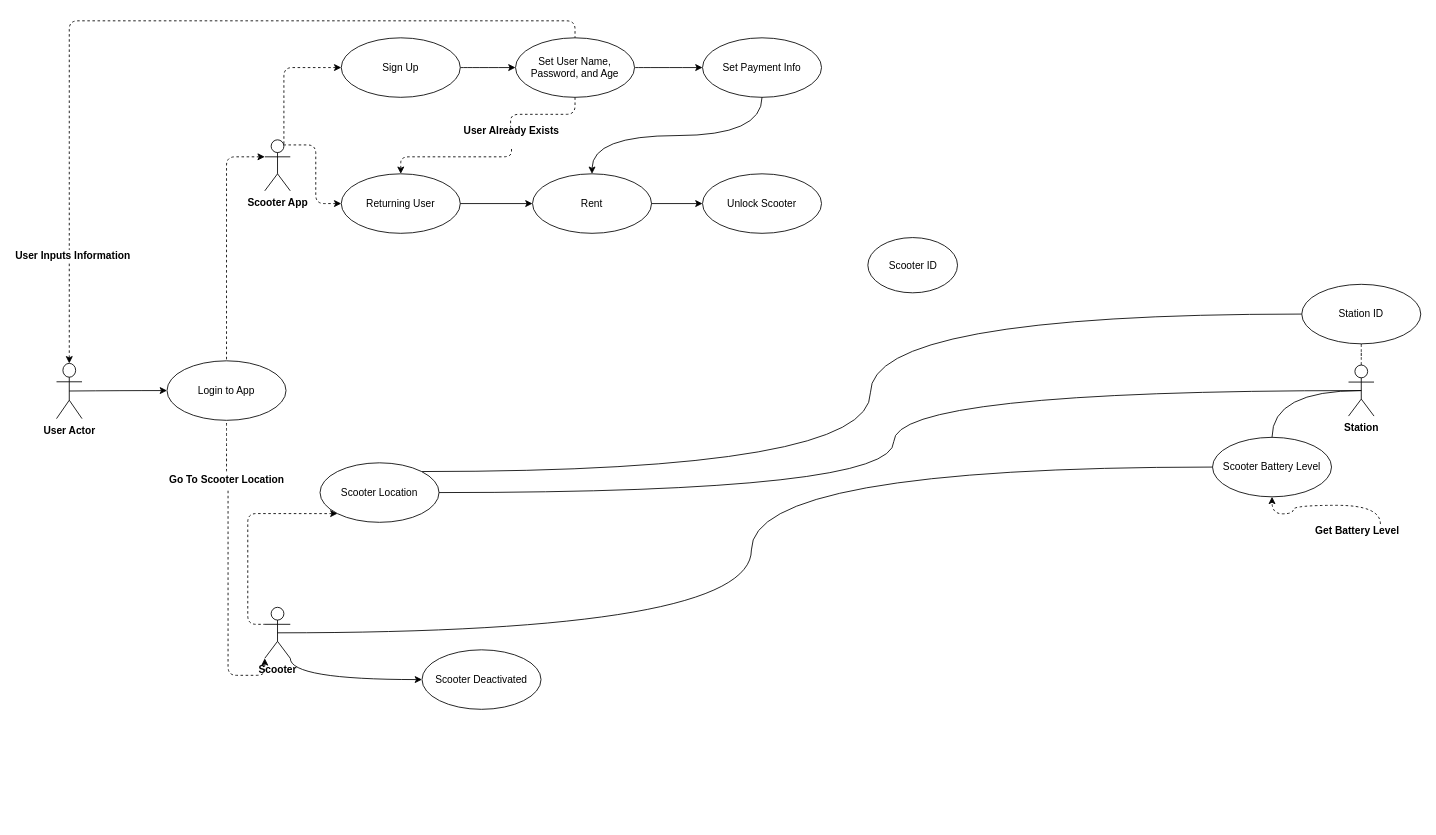
Before: Scooter Use Case Diagram.drawio in GreyWoulf/Scooter-Project, a draw.io diagram. Source tidied: cells renumbered, new cells numbered last; positions are measured from the earlier drawing's top-left corner, leaving out a move shared by most shapes. Both pictures are drawn from the tidied source at 85%, with x=0, y=0 at pixel (56, 37).
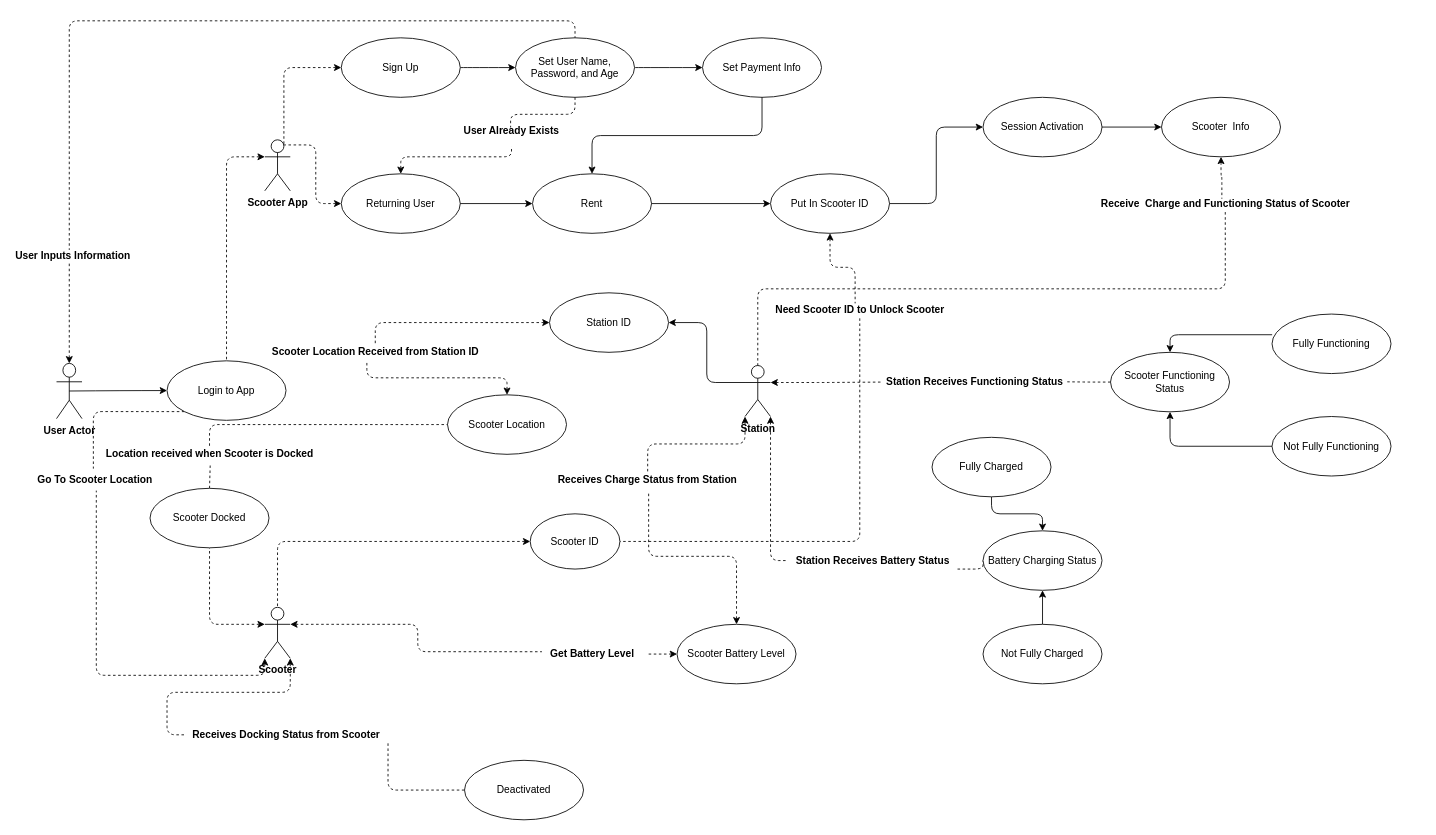
Above is the later version.

The change refers to these unchanged cells:
```xml
<mxCell id="9" value="&lt;b&gt;Scooter&lt;/b&gt;" style="shape=umlActor;verticalLabelPosition=bottom;verticalAlign=top;html=1;" parent="1" vertex="1">
  <mxGeometry x="245" y="670" width="30" height="60" as="geometry" />
</mxCell>
<mxCell id="26" value="Login to App" style="ellipse;whiteSpace=wrap;html=1;" parent="1" vertex="1">
  <mxGeometry x="130" y="380" width="140" height="70" as="geometry" />
</mxCell>
<mxCell id="31" value="Set Payment Info" style="ellipse;whiteSpace=wrap;html=1;fontSize=12;" parent="1" vertex="1">
  <mxGeometry x="760" width="140" height="70" as="geometry" />
</mxCell>
<mxCell id="40" value="Rent" style="ellipse;whiteSpace=wrap;html=1;fontSize=12;" parent="1" vertex="1">
  <mxGeometry x="560" y="160" width="140" height="70" as="geometry" />
</mxCell>
```

Change to the diagram source:
```diff
@@
-    <mxCell id="5" style="edgeStyle=orthogonalEdgeStyle;jettySize=auto;html=1;exitX=1;exitY=1;exitDx=0;exitDy=0;exitPerimeter=0;curved=1;" parent="1" edge="1" source="9" target="18">
-      <mxGeometry relative="1" as="geometry" />
-    </mxCell>
-    <mxCell id="6" style="edgeStyle=orthogonalEdgeStyle;curved=1;jettySize=auto;html=1;exitX=0.5;exitY=0.5;exitDx=0;exitDy=0;exitPerimeter=0;entryX=0;entryY=0.5;entryDx=0;entryDy=0;fontSize=12;endArrow=none;endFill=0;strokeColor=default;" parent="1" edge="1" source="9" target="17">
-      <mxGeometry relative="1" as="geometry" />
-    </mxCell>
-    <mxCell id="7" style="edgeStyle=orthogonalEdgeStyle;curved=1;jettySize=auto;html=1;exitX=0.5;exitY=0;exitDx=0;exitDy=0;exitPerimeter=0;fontSize=12;startArrow=none;startFill=1;endArrow=none;endFill=0;strokeColor=default;dashed=1;" parent="1" edge="1" source="44" target="26">
-      <mxGeometry relative="1" as="geometry" />
-    </mxCell>
@@
+    <mxCell id="45" style="edgeStyle=orthogonalEdgeStyle;rounded=1;jettySize=auto;html=1;exitX=1;exitY=0.3333333333333333;exitDx=0;exitDy=0;exitPerimeter=0;entryX=-0.036;entryY=0.362;entryDx=0;entryDy=0;entryPerimeter=0;dashed=1;fontSize=12;startArrow=classic;startFill=1;endArrow=none;endFill=0;strokeColor=default;" parent="1" edge="1" source="9" target="27">
+      <mxGeometry relative="1" as="geometry" />
+    </mxCell>
+    <mxCell id="46" style="edgeStyle=orthogonalEdgeStyle;rounded=1;jettySize=auto;html=1;exitX=0;exitY=0.3333333333333333;exitDx=0;exitDy=0;exitPerimeter=0;entryX=0.5;entryY=1;entryDx=0;entryDy=0;dashed=1;fontSize=12;startArrow=classic;startFill=1;endArrow=none;endFill=0;strokeColor=default;" parent="1" edge="1" source="9" target="75">
+      <mxGeometry relative="1" as="geometry" />
+    </mxCell>
+    <mxCell id="47" style="edgeStyle=orthogonalEdgeStyle;rounded=1;jettySize=auto;html=1;exitX=1;exitY=1;exitDx=0;exitDy=0;exitPerimeter=0;entryX=0;entryY=0.5;entryDx=0;entryDy=0;dashed=1;fontSize=12;startArrow=none;startFill=1;endArrow=none;endFill=0;strokeColor=default;" parent="1" edge="1" source="82" target="62">
+      <mxGeometry relative="1" as="geometry" />
+    </mxCell>
@@
-    <mxCell id="10" style="edgeStyle=orthogonalEdgeStyle;curved=1;jettySize=auto;html=1;exitX=0.75;exitY=0.1;exitDx=0;exitDy=0;exitPerimeter=0;entryX=0.5;entryY=1;entryDx=0;entryDy=0;fontSize=12;dashed=1;startArrow=none;" parent="1" edge="1" source="27" target="17">
-      <mxGeometry relative="1" as="geometry" />
-    </mxCell>
@@
+    <mxCell id="48" style="edgeStyle=orthogonalEdgeStyle;rounded=1;jettySize=auto;html=1;exitX=0;exitY=0.5;exitDx=0;exitDy=0;entryX=1.083;entryY=0.485;entryDx=0;entryDy=0;entryPerimeter=0;dashed=1;fontSize=12;startArrow=classic;startFill=1;endArrow=none;endFill=0;strokeColor=default;" parent="1" edge="1" source="17" target="27">
+      <mxGeometry relative="1" as="geometry" />
+    </mxCell>
+    <mxCell id="49" style="edgeStyle=orthogonalEdgeStyle;rounded=1;jettySize=auto;html=1;exitX=0.5;exitY=0;exitDx=0;exitDy=0;entryX=0.507;entryY=1.196;entryDx=0;entryDy=0;entryPerimeter=0;dashed=1;fontSize=12;startArrow=classic;startFill=1;endArrow=none;endFill=0;strokeColor=default;" parent="1" edge="1" source="17" target="60">
+      <mxGeometry relative="1" as="geometry" />
+    </mxCell>
     <mxCell id="17" value="Scooter Battery Level" style="ellipse;whiteSpace=wrap;html=1;" parent="1" vertex="1">
-      <mxGeometry x="1360" y="470" width="140" height="70" as="geometry" />
+      <mxGeometry x="730" y="690" width="140" height="70" as="geometry" />
     </mxCell>
-    <mxCell id="18" value="Scooter Deactivated" style="ellipse;whiteSpace=wrap;html=1;" parent="1" vertex="1">
-      <mxGeometry x="430" y="720" width="140" height="70" as="geometry" />
-    </mxCell>
-    <mxCell id="19" style="edgeStyle=orthogonalEdgeStyle;jettySize=auto;html=1;exitX=1;exitY=0;exitDx=0;exitDy=0;entryX=0;entryY=0.5;entryDx=0;entryDy=0;fontSize=12;endArrow=none;endFill=0;strokeColor=default;curved=1;" parent="1" edge="1" source="21" target="37">
-      <mxGeometry relative="1" as="geometry" />
-    </mxCell>
-    <mxCell id="20" style="edgeStyle=orthogonalEdgeStyle;rounded=1;jettySize=auto;html=1;exitX=0;exitY=1;exitDx=0;exitDy=0;entryX=0;entryY=0.3333333333333333;entryDx=0;entryDy=0;entryPerimeter=0;dashed=1;fontSize=12;startArrow=classic;startFill=1;endArrow=none;endFill=0;strokeColor=default;" parent="1" edge="1" source="21" target="9">
-      <mxGeometry relative="1" as="geometry" />
-    </mxCell>
+    <mxCell id="50" style="edgeStyle=orthogonalEdgeStyle;rounded=1;jettySize=auto;html=1;exitX=0.5;exitY=0;exitDx=0;exitDy=0;entryX=0.462;entryY=0.996;entryDx=0;entryDy=0;entryPerimeter=0;dashed=1;fontSize=12;startArrow=classic;startFill=1;endArrow=none;endFill=0;strokeColor=default;" parent="1" edge="1" source="21" target="58">
+      <mxGeometry relative="1" as="geometry" />
+    </mxCell>
     <mxCell id="21" value="Scooter Location" style="ellipse;whiteSpace=wrap;html=1;" parent="1" vertex="1">
-      <mxGeometry x="310" y="500" width="140" height="70" as="geometry" />
+      <mxGeometry x="460" y="420" width="140" height="70" as="geometry" />
     </mxCell>
@@
+    <mxCell id="51" style="edgeStyle=orthogonalEdgeStyle;rounded=1;jettySize=auto;html=1;exitX=0;exitY=1;exitDx=0;exitDy=0;entryX=0.489;entryY=-0.158;entryDx=0;entryDy=0;entryPerimeter=0;fontSize=12;startArrow=none;startFill=0;endArrow=none;endFill=0;strokeColor=default;dashed=1;" parent="1" edge="1" source="26" target="44">
+      <mxGeometry relative="1" as="geometry" />
+    </mxCell>
@@
-    <mxCell id="27" value="&lt;b&gt;Get Battery Level&lt;/b&gt;" style="text;html=1;align=center;verticalAlign=middle;points=[];strokeColor=none;fillColor=none;fontSize=12;" parent="1" vertex="1">
-      <mxGeometry x="1475" y="570" width="110" height="20" as="geometry" />
-    </mxCell>
@@
-    <mxCell id="33" style="edgeStyle=orthogonalEdgeStyle;curved=1;jettySize=auto;html=1;exitX=0.5;exitY=0.5;exitDx=0;exitDy=0;exitPerimeter=0;entryX=1;entryY=0.5;entryDx=0;entryDy=0;fontSize=12;endArrow=none;endFill=0;strokeColor=default;" parent="1" edge="1" source="36" target="21">
-      <mxGeometry relative="1" as="geometry" />
-    </mxCell>
-    <mxCell id="34" style="edgeStyle=orthogonalEdgeStyle;curved=1;jettySize=auto;html=1;exitX=0.5;exitY=0.5;exitDx=0;exitDy=0;exitPerimeter=0;entryX=0.5;entryY=0;entryDx=0;entryDy=0;fontSize=12;endArrow=none;endFill=0;strokeColor=default;" parent="1" edge="1" source="36" target="17">
-      <mxGeometry relative="1" as="geometry" />
-    </mxCell>
-    <mxCell id="35" style="edgeStyle=orthogonalEdgeStyle;curved=1;jettySize=auto;html=1;exitX=0.5;exitY=0;exitDx=0;exitDy=0;exitPerimeter=0;dashed=1;fontSize=12;endArrow=none;endFill=0;strokeColor=default;" parent="1" edge="1" source="36" target="37">
-      <mxGeometry relative="1" as="geometry" />
-    </mxCell>
+    <mxCell id="52" style="edgeStyle=orthogonalEdgeStyle;rounded=1;jettySize=auto;html=1;exitX=0;exitY=1;exitDx=0;exitDy=0;exitPerimeter=0;entryX=0.502;entryY=0.158;entryDx=0;entryDy=0;entryPerimeter=0;dashed=1;fontSize=12;startArrow=classic;startFill=1;endArrow=none;endFill=0;strokeColor=default;" parent="1" edge="1" source="36" target="60">
+      <mxGeometry relative="1" as="geometry" />
+    </mxCell>
+    <mxCell id="53" style="edgeStyle=orthogonalEdgeStyle;rounded=1;jettySize=auto;html=1;exitX=1;exitY=1;exitDx=0;exitDy=0;exitPerimeter=0;entryX=0;entryY=0.5;entryDx=0;entryDy=0;fontSize=12;startArrow=none;startFill=1;endArrow=none;endFill=0;strokeColor=default;dashed=1;" parent="1" edge="1" source="80" target="65">
+      <mxGeometry relative="1" as="geometry" />
+    </mxCell>
     <mxCell id="36" value="&lt;b&gt;Station&lt;/b&gt;" style="shape=umlActor;verticalLabelPosition=bottom;verticalAlign=top;html=1;fontSize=12;" parent="1" vertex="1">
-      <mxGeometry x="1520" y="385" width="30" height="60" as="geometry" />
+      <mxGeometry x="810" y="385.5" width="30" height="60" as="geometry" />
     </mxCell>
+    <mxCell id="54" style="edgeStyle=orthogonalEdgeStyle;rounded=1;jettySize=auto;html=1;exitX=1;exitY=0.5;exitDx=0;exitDy=0;entryX=0;entryY=0.3333333333333333;entryDx=0;entryDy=0;entryPerimeter=0;fontSize=12;startArrow=classic;startFill=1;endArrow=none;endFill=0;strokeColor=default;" parent="1" edge="1" source="37" target="36">
+      <mxGeometry relative="1" as="geometry" />
+    </mxCell>
     <mxCell id="37" value="Station ID" style="ellipse;whiteSpace=wrap;html=1;fontSize=12;" parent="1" vertex="1">
-      <mxGeometry x="1465" y="290" width="140" height="70" as="geometry" />
+      <mxGeometry x="580" y="300" width="140" height="70" as="geometry" />
     </mxCell>
-    <mxCell id="38" style="edgeStyle=orthogonalEdgeStyle;jettySize=auto;html=1;exitX=0.5;exitY=0;exitDx=0;exitDy=0;entryX=0.5;entryY=1;entryDx=0;entryDy=0;fontSize=12;startArrow=classic;startFill=1;endArrow=none;endFill=0;strokeColor=default;curved=1;" parent="1" edge="1" source="40" target="31">
+    <mxCell id="38" style="edgeStyle=orthogonalEdgeStyle;jettySize=auto;html=1;exitX=0.5;exitY=0;exitDx=0;exitDy=0;entryX=0.5;entryY=1;entryDx=0;entryDy=0;fontSize=12;startArrow=classic;startFill=1;endArrow=none;endFill=0;strokeColor=default;rounded=1;" parent="1" edge="1" source="40" target="31">
       <mxGeometry relative="1" as="geometry" />
     </mxCell>
@@
+    <mxCell id="55" style="edgeStyle=orthogonalEdgeStyle;rounded=1;jettySize=auto;html=1;exitX=0.5;exitY=1;exitDx=0;exitDy=0;entryX=1;entryY=0.5;entryDx=0;entryDy=0;dashed=1;fontSize=12;startArrow=none;startFill=1;endArrow=none;endFill=0;strokeColor=default;" parent="1" edge="1" source="61" target="43">
+      <mxGeometry relative="1" as="geometry" />
+    </mxCell>
+    <mxCell id="56" style="edgeStyle=orthogonalEdgeStyle;rounded=1;jettySize=auto;html=1;exitX=0.5;exitY=1;exitDx=0;exitDy=0;entryX=0.474;entryY=0.119;entryDx=0;entryDy=0;entryPerimeter=0;dashed=1;fontSize=12;startArrow=classic;startFill=1;endArrow=none;endFill=0;strokeColor=default;" parent="1" edge="1" source="42" target="61">
+      <mxGeometry relative="1" as="geometry" />
+    </mxCell>
-    <mxCell id="42" value="Unlock Scooter" style="ellipse;whiteSpace=wrap;html=1;fontSize=12;" parent="1" vertex="1">
-      <mxGeometry x="760" y="160" width="140" height="70" as="geometry" />
+    <mxCell id="42" value="Put In Scooter ID" style="ellipse;whiteSpace=wrap;html=1;fontSize=12;" parent="1" vertex="1">
+      <mxGeometry x="840" y="160" width="140" height="70" as="geometry" />
     </mxCell>
+    <mxCell id="57" style="edgeStyle=orthogonalEdgeStyle;rounded=1;jettySize=auto;html=1;exitX=0;exitY=0.5;exitDx=0;exitDy=0;entryX=0.5;entryY=0;entryDx=0;entryDy=0;entryPerimeter=0;dashed=1;fontSize=12;startArrow=classic;startFill=1;endArrow=none;endFill=0;strokeColor=default;" parent="1" edge="1" source="43" target="9">
+      <mxGeometry relative="1" as="geometry" />
+    </mxCell>
     <mxCell id="43" value="Scooter ID" style="ellipse;whiteSpace=wrap;html=1;fontSize=12;" parent="1" vertex="1">
-      <mxGeometry x="954.5" y="235" width="105.5" height="65" as="geometry" />
+      <mxGeometry x="557.3" y="560" width="105.5" height="65" as="geometry" />
     </mxCell>
     <mxCell id="44" value="&lt;b&gt;Go To Scooter Location&lt;/b&gt;" style="text;html=1;align=center;verticalAlign=middle;points=[];strokeColor=none;fillColor=none;fontSize=12;" parent="1" vertex="1">
-      <mxGeometry x="125" y="510" width="150" height="20" as="geometry" />
+      <mxGeometry x="-30" y="510" width="150" height="20" as="geometry" />
     </mxCell>
+    <mxCell id="58" value="&lt;b&gt;Scooter Location Received from Station ID&lt;/b&gt;" style="text;html=1;align=center;verticalAlign=middle;points=[];strokeColor=none;fillColor=none;fontSize=12;" parent="1" vertex="1">
+      <mxGeometry x="245" y="360" width="260" height="20" as="geometry" />
+    </mxCell>
+    <mxCell id="59" style="edgeStyle=orthogonalEdgeStyle;rounded=1;jettySize=auto;html=1;exitX=0;exitY=0.5;exitDx=0;exitDy=0;entryX=0.5;entryY=0;entryDx=0;entryDy=0;dashed=1;fontSize=12;startArrow=classic;startFill=1;endArrow=none;endFill=0;strokeColor=default;" parent="1" edge="1" source="37" target="58">
+      <mxGeometry relative="1" as="geometry" />
+    </mxCell>
+    <mxCell id="27" value="&lt;b&gt;Get Battery Level&lt;/b&gt;" style="text;html=1;align=center;verticalAlign=middle;points=[];strokeColor=none;fillColor=none;fontSize=12;" parent="1" vertex="1">
+      <mxGeometry x="575" y="715" width="110" height="20" as="geometry" />
+    </mxCell>
+    <mxCell id="60" value="&lt;b&gt;Receives Charge Status from Station&lt;/b&gt;" style="text;html=1;align=center;verticalAlign=middle;points=[];strokeColor=none;fillColor=none;fontSize=12;" parent="1" vertex="1">
+      <mxGeometry x="580" y="510" width="230" height="20" as="geometry" />
+    </mxCell>
+    <mxCell id="61" value="&lt;b&gt;Need Scooter ID to Unlock Scooter&lt;/b&gt;" style="text;html=1;align=center;verticalAlign=middle;points=[];strokeColor=none;fillColor=none;fontSize=12;" parent="1" vertex="1">
+      <mxGeometry x="840" y="310" width="210" height="20" as="geometry" />
+    </mxCell>
+    <mxCell id="62" value="Deactivated" style="ellipse;whiteSpace=wrap;html=1;fontSize=12;" parent="1" vertex="1">
+      <mxGeometry x="480" y="850" width="140" height="70" as="geometry" />
+    </mxCell>
+    <mxCell id="63" style="edgeStyle=orthogonalEdgeStyle;rounded=1;jettySize=auto;html=1;exitX=0.5;exitY=0;exitDx=0;exitDy=0;entryX=0.5;entryY=1;entryDx=0;entryDy=0;fontSize=12;startArrow=classic;startFill=1;endArrow=none;endFill=0;strokeColor=default;" parent="1" edge="1" source="65" target="66">
+      <mxGeometry relative="1" as="geometry" />
+    </mxCell>
+    <mxCell id="64" style="edgeStyle=orthogonalEdgeStyle;rounded=1;jettySize=auto;html=1;exitX=0.5;exitY=1;exitDx=0;exitDy=0;entryX=0.5;entryY=0;entryDx=0;entryDy=0;fontSize=12;startArrow=classic;startFill=1;endArrow=none;endFill=0;strokeColor=default;" parent="1" edge="1" source="65" target="67">
+      <mxGeometry relative="1" as="geometry" />
+    </mxCell>
+    <mxCell id="65" value="Battery Charging Status" style="ellipse;whiteSpace=wrap;html=1;fontSize=12;" parent="1" vertex="1">
+      <mxGeometry x="1090" y="580" width="140" height="70" as="geometry" />
+    </mxCell>
+    <mxCell id="66" value="Fully Charged" style="ellipse;whiteSpace=wrap;html=1;fontSize=12;" parent="1" vertex="1">
+      <mxGeometry x="1030" y="470" width="140" height="70" as="geometry" />
+    </mxCell>
+    <mxCell id="67" value="Not Fully Charged" style="ellipse;whiteSpace=wrap;html=1;fontSize=12;" parent="1" vertex="1">
+      <mxGeometry x="1090" y="690" width="140" height="70" as="geometry" />
+    </mxCell>
+    <mxCell id="68" value="Fully Functioning" style="ellipse;whiteSpace=wrap;html=1;fontSize=12;" parent="1" vertex="1">
+      <mxGeometry x="1430" y="325" width="140" height="70" as="geometry" />
+    </mxCell>
+    <mxCell id="69" style="edgeStyle=orthogonalEdgeStyle;rounded=1;jettySize=auto;html=1;exitX=0;exitY=0.5;exitDx=0;exitDy=0;entryX=0.996;entryY=0.485;entryDx=0;entryDy=0;entryPerimeter=0;dashed=1;fontSize=12;startArrow=none;startFill=0;endArrow=none;endFill=0;strokeColor=default;" parent="1" edge="1" source="72" target="78">
+      <mxGeometry relative="1" as="geometry" />
+    </mxCell>
+    <mxCell id="70" style="edgeStyle=orthogonalEdgeStyle;rounded=1;jettySize=auto;html=1;exitX=0.5;exitY=0;exitDx=0;exitDy=0;entryX=0.001;entryY=0.347;entryDx=0;entryDy=0;entryPerimeter=0;fontSize=12;startArrow=classic;startFill=1;endArrow=none;endFill=0;strokeColor=default;" parent="1" edge="1" source="72" target="68">
+      <mxGeometry relative="1" as="geometry" />
+    </mxCell>
+    <mxCell id="71" style="edgeStyle=orthogonalEdgeStyle;rounded=1;jettySize=auto;html=1;exitX=0.5;exitY=1;exitDx=0;exitDy=0;entryX=0;entryY=0.5;entryDx=0;entryDy=0;fontSize=12;startArrow=classic;startFill=1;endArrow=none;endFill=0;strokeColor=default;" parent="1" edge="1" source="72" target="77">
+      <mxGeometry relative="1" as="geometry" />
+    </mxCell>
+    <mxCell id="72" value="Scooter Functioning Status" style="ellipse;whiteSpace=wrap;html=1;fontSize=12;" parent="1" vertex="1">
+      <mxGeometry x="1240" y="370" width="140" height="70" as="geometry" />
+    </mxCell>
+    <mxCell id="73" style="edgeStyle=orthogonalEdgeStyle;rounded=1;jettySize=auto;html=1;exitX=0.5;exitY=0;exitDx=0;exitDy=0;entryX=0;entryY=0.5;entryDx=0;entryDy=0;dashed=1;fontSize=12;startArrow=none;startFill=0;endArrow=none;endFill=0;strokeColor=default;" parent="1" edge="1" source="76" target="21">
+      <mxGeometry relative="1" as="geometry" />
+    </mxCell>
+    <mxCell id="74" style="edgeStyle=orthogonalEdgeStyle;rounded=1;jettySize=auto;html=1;exitX=0.5;exitY=0;exitDx=0;exitDy=0;entryX=0.503;entryY=1.158;entryDx=0;entryDy=0;entryPerimeter=0;dashed=1;fontSize=12;startArrow=none;startFill=0;endArrow=none;endFill=0;strokeColor=default;" parent="1" edge="1" source="75" target="76">
+      <mxGeometry relative="1" as="geometry" />
+    </mxCell>
+    <mxCell id="75" value="Scooter Docked" style="ellipse;whiteSpace=wrap;html=1;fontSize=12;" parent="1" vertex="1">
+      <mxGeometry x="110" y="530" width="140" height="70" as="geometry" />
+    </mxCell>
+    <mxCell id="76" value="&lt;b&gt;Location received when Scooter is Docked&lt;/b&gt;" style="text;html=1;align=center;verticalAlign=middle;points=[];strokeColor=none;fillColor=none;fontSize=12;" parent="1" vertex="1">
+      <mxGeometry x="50" y="480" width="260" height="20" as="geometry" />
+    </mxCell>
+    <mxCell id="77" value="Not Fully Functioning" style="ellipse;whiteSpace=wrap;html=1;fontSize=12;" parent="1" vertex="1">
+      <mxGeometry x="1430" y="445.5" width="140" height="70" as="geometry" />
+    </mxCell>
+    <mxCell id="78" value="&lt;b&gt;Station Receives Functioning Status&lt;/b&gt;" style="text;html=1;align=center;verticalAlign=middle;points=[];strokeColor=none;fillColor=none;fontSize=12;" parent="1" vertex="1">
+      <mxGeometry x="970" y="395" width="220" height="20" as="geometry" />
+    </mxCell>
+    <mxCell id="79" style="edgeStyle=orthogonalEdgeStyle;rounded=1;jettySize=auto;html=1;exitX=1;exitY=0.3333333333333333;exitDx=0;exitDy=0;exitPerimeter=0;fontSize=12;startArrow=classic;startFill=1;endArrow=none;endFill=0;strokeColor=default;dashed=1;" parent="1" edge="1" source="36" target="78">
+      <mxGeometry relative="1" as="geometry" />
+    </mxCell>
+    <mxCell id="80" value="&lt;b&gt;Station Receives Battery Status&lt;/b&gt;" style="text;html=1;align=center;verticalAlign=middle;points=[];strokeColor=none;fillColor=none;fontSize=12;" parent="1" vertex="1">
+      <mxGeometry x="860" y="605" width="200" height="20" as="geometry" />
+    </mxCell>
+    <mxCell id="81" style="edgeStyle=orthogonalEdgeStyle;rounded=1;jettySize=auto;html=1;exitX=1;exitY=1;exitDx=0;exitDy=0;exitPerimeter=0;entryX=0;entryY=0.5;entryDx=0;entryDy=0;fontSize=12;startArrow=classic;startFill=1;endArrow=none;endFill=0;strokeColor=default;dashed=1;" parent="1" edge="1" source="36" target="80">
+      <mxGeometry relative="1" as="geometry" />
+    </mxCell>
+    <mxCell id="82" value="&lt;b&gt;Receives Docking Status from Scooter&lt;/b&gt;" style="text;html=1;align=center;verticalAlign=middle;points=[];strokeColor=none;fillColor=none;fontSize=12;" parent="1" vertex="1">
+      <mxGeometry x="150" y="810" width="240" height="20" as="geometry" />
+    </mxCell>
+    <mxCell id="83" style="edgeStyle=orthogonalEdgeStyle;rounded=1;jettySize=auto;html=1;exitX=1;exitY=1;exitDx=0;exitDy=0;exitPerimeter=0;entryX=0;entryY=0.5;entryDx=0;entryDy=0;dashed=1;fontSize=12;startArrow=classic;startFill=1;endArrow=none;endFill=0;strokeColor=default;" parent="1" edge="1" source="9" target="82">
+      <mxGeometry relative="1" as="geometry" />
+    </mxCell>
+    <mxCell id="84" style="edgeStyle=orthogonalEdgeStyle;rounded=1;jettySize=auto;html=1;exitX=0;exitY=0.5;exitDx=0;exitDy=0;entryX=1;entryY=0.5;entryDx=0;entryDy=0;fontSize=12;startArrow=classic;startFill=1;endArrow=none;endFill=0;strokeColor=default;" parent="1" edge="1" source="85" target="42">
+      <mxGeometry relative="1" as="geometry" />
+    </mxCell>
+    <mxCell id="85" value="Session Activation" style="ellipse;whiteSpace=wrap;html=1;fontSize=12;" parent="1" vertex="1">
+      <mxGeometry x="1090" y="70" width="140" height="70" as="geometry" />
+    </mxCell>
+    <mxCell id="86" style="edgeStyle=orthogonalEdgeStyle;rounded=1;jettySize=auto;html=1;exitX=0;exitY=0.5;exitDx=0;exitDy=0;entryX=1;entryY=0.5;entryDx=0;entryDy=0;fontSize=12;startArrow=classic;startFill=1;endArrow=none;endFill=0;strokeColor=default;" parent="1" edge="1" source="89" target="85">
+      <mxGeometry relative="1" as="geometry" />
+    </mxCell>
+    <mxCell id="87" style="edgeStyle=orthogonalEdgeStyle;rounded=1;jettySize=auto;html=1;exitX=0.5;exitY=1;exitDx=0;exitDy=0;entryX=0.5;entryY=0;entryDx=0;entryDy=0;entryPerimeter=0;fontSize=12;startArrow=none;startFill=1;endArrow=none;endFill=0;strokeColor=default;dashed=1;" parent="1" edge="1" source="90" target="36">
+      <mxGeometry relative="1" as="geometry" />
+    </mxCell>
+    <mxCell id="88" style="edgeStyle=orthogonalEdgeStyle;rounded=1;jettySize=auto;html=1;exitX=0.5;exitY=1;exitDx=0;exitDy=0;entryX=0.487;entryY=0.215;entryDx=0;entryDy=0;entryPerimeter=0;dashed=1;fontSize=12;startArrow=classic;startFill=1;endArrow=none;endFill=0;strokeColor=default;" parent="1" edge="1" source="89" target="90">
+      <mxGeometry relative="1" as="geometry" />
+    </mxCell>
+    <mxCell id="89" value="Scooter&amp;nbsp; Info" style="ellipse;whiteSpace=wrap;html=1;fontSize=12;" parent="1" vertex="1">
+      <mxGeometry x="1300" y="70" width="140" height="70" as="geometry" />
+    </mxCell>
+    <mxCell id="90" value="&lt;b&gt;Receive&amp;nbsp; Charge and Functioning Status of Scooter&lt;/b&gt;" style="text;html=1;align=center;verticalAlign=middle;points=[];strokeColor=none;fillColor=none;fontSize=12;" parent="1" vertex="1">
+      <mxGeometry x="1220" y="185" width="310" height="20" as="geometry" />
+    </mxCell>
```
